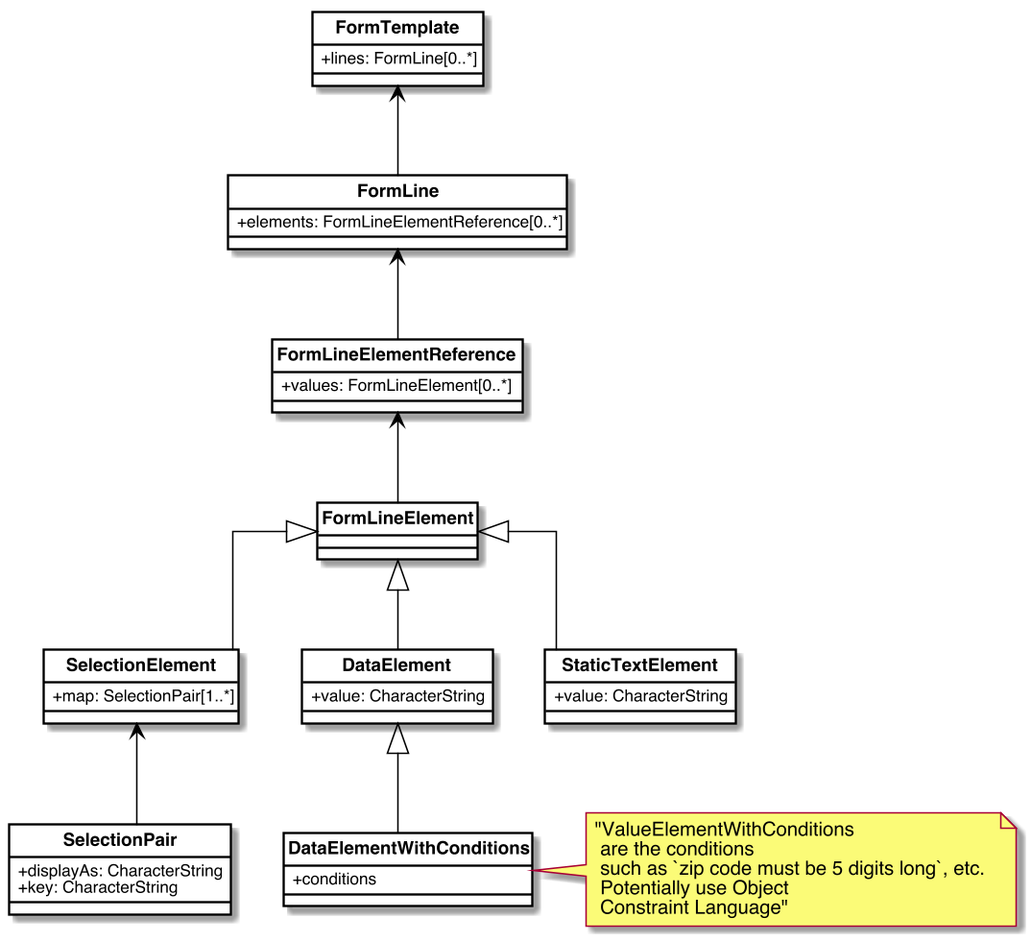
CalConnect/csd-digital-addresses keeps this PlantUML diagram as images/FormTemplate.png. Above is the earlier version.
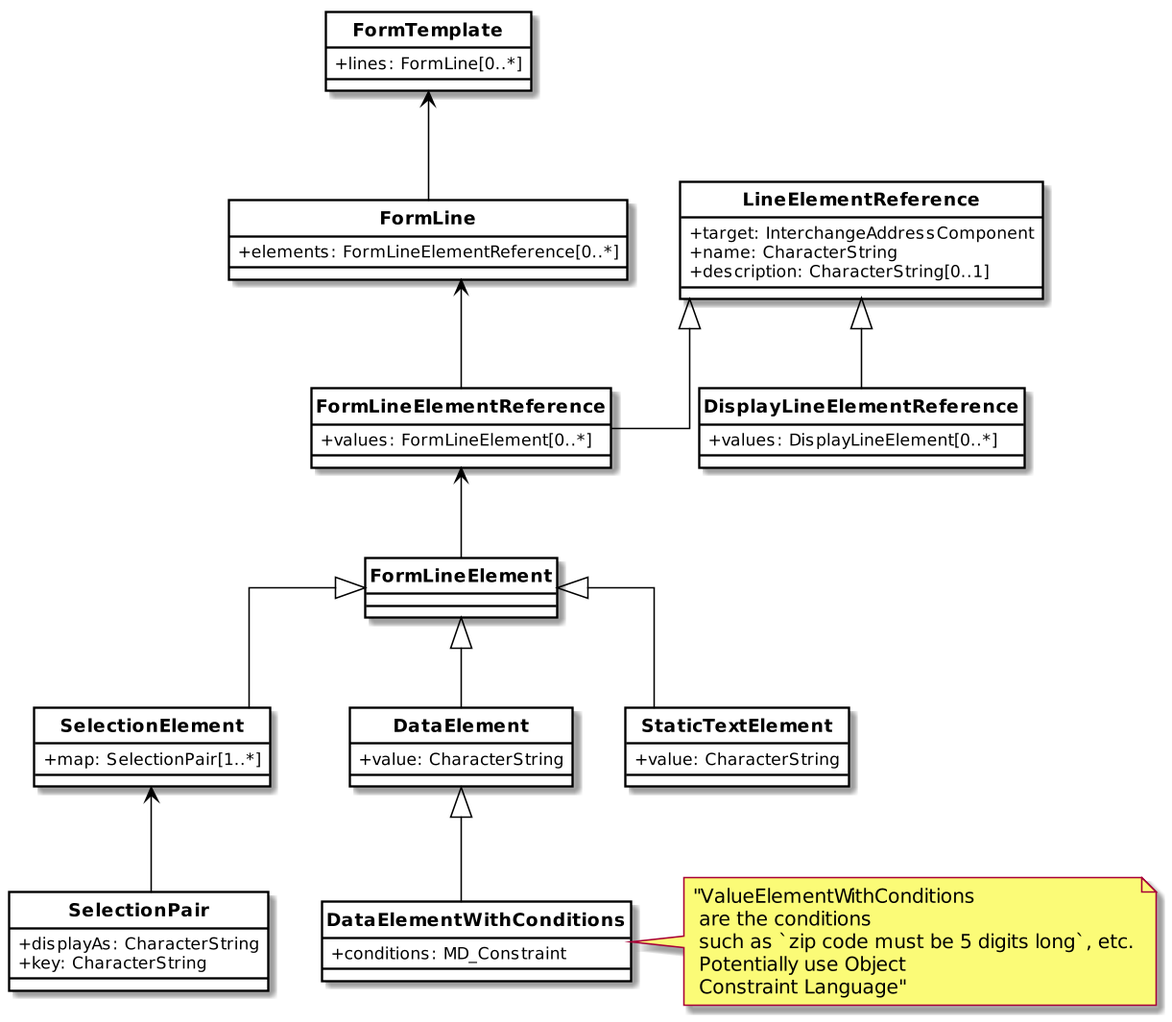
After the change.

What changed in the source:
```diff
@@ -40,16 +40,34 @@
 
 
 
+
+
+class LineElementReference {
+  +target: InterchangeAddressComponent
+  +name: CharacterString
+  +description: CharacterString[0..1]
+}
+
+class DisplayLineElementReference {
+  +values: DisplayLineElement[0..*]
+}
+
+class FormLineElementReference{
+  +values: FormLineElement[0..*]
+}
+
+
+
+LineElementReference <|-- DisplayLineElementReference
+LineElementReference <|-- FormLineElementReference
+
+
 class FormTemplate {
   +lines: FormLine[0..*]
 }
 
 class FormLine{
   +elements: FormLineElementReference[0..*]
-}
-
-class FormLineElementReference{
-  +values: FormLineElement[0..*]
 }
 
 class FormLineElement{
@@ -73,7 +91,7 @@
 }
 
 class DataElementWithConditions{
-  +conditions
+  +conditions: MD_Constraint
 }
 
 
```
